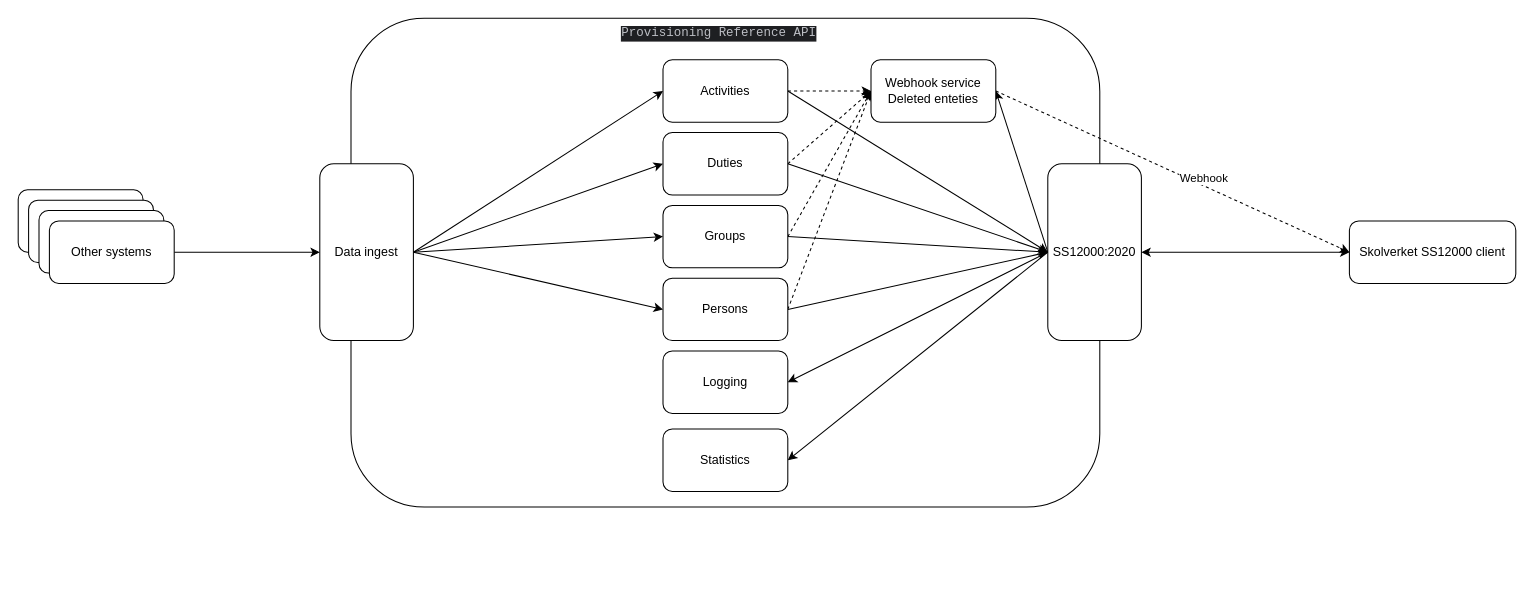
The draw.io diagram documentation/diagram.drawio in skolverket/dnp-ss12000-reference-api, before the edit. Source tidied: cells renumbered, new cells numbered last; positions are measured from the earlier drawing's top-left corner, leaving out a move shared by most shapes. Both pictures are drawn from the tidied source at 104%, with x=0, y=0 at pixel (18, 18).
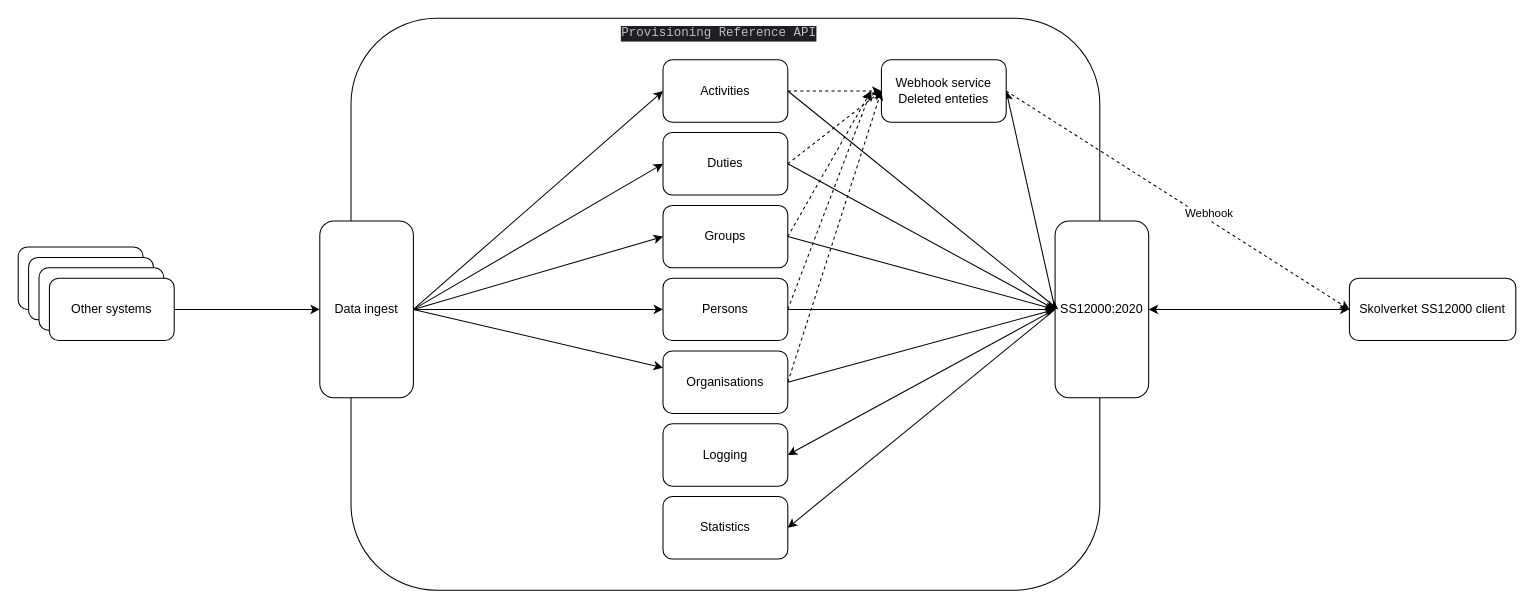
After the change.

Commit message (it also covers changes not shown here):
Updated documentation and Subscription model after meeting regarding SS 12000 interpretation. Now going by YAML schema and not provided example in SS 12000 standard.

Unchanged cells that the change refers to:
```xml
<mxCell id="13" value="Activities" style="rounded=1;whiteSpace=wrap;html=1;" parent="1" vertex="1">
  <mxGeometry x="620" y="40" width="120" height="60" as="geometry" />
</mxCell>
```

The edit, as a diff of the source:
```diff
@@
     <mxCell id="2" style="rounded=1;whiteSpace=wrap;html=1;fillColor=none;" parent="1" vertex="1">
-      <mxGeometry x="320" width="720" height="470" as="geometry" />
+      <mxGeometry x="320" width="720" height="550" as="geometry" />
     </mxCell>
@@
+    <mxCell id="37" style="rounded=0;jettySize=auto;html=1;exitX=1;exitY=0.5;exitDx=0;exitDy=0;" parent="1" edge="1" source="6" target="40">
+      <mxGeometry relative="1" as="geometry" />
+    </mxCell>
     <mxCell id="6" value="Data ingest" style="rounded=1;whiteSpace=wrap;html=1;" parent="1" vertex="1">
-      <mxGeometry x="290" y="140" width="90" height="170" as="geometry" />
+      <mxGeometry x="290" y="195" width="90" height="170" as="geometry" />
     </mxCell>
@@
     <mxCell id="10" value="SS12000:2020" style="rounded=1;whiteSpace=wrap;html=1;" parent="1" vertex="1">
-      <mxGeometry x="990" y="140" width="90" height="170" as="geometry" />
+      <mxGeometry x="997" y="195" width="90" height="170" as="geometry" />
     </mxCell>
     <mxCell id="11" style="edgeStyle=none;rounded=0;jettySize=auto;html=1;exitX=1;exitY=0.5;exitDx=0;exitDy=0;" parent="1" edge="1" source="13">
       <mxGeometry relative="1" as="geometry">
-        <mxPoint x="990" y="225" as="targetPoint" />
+        <mxPoint x="1000" y="280" as="targetPoint" />
       </mxGeometry>
     </mxCell>
@@
     <mxCell id="23" value="Logging" style="rounded=1;whiteSpace=wrap;html=1;" parent="1" vertex="1">
-      <mxGeometry x="620" y="320" width="120" height="60" as="geometry" />
+      <mxGeometry x="620" y="390" width="120" height="60" as="geometry" />
     </mxCell>
@@
     <mxCell id="26" value="Webhook service&lt;br&gt;Deleted enteties" style="rounded=1;whiteSpace=wrap;html=1;" parent="1" vertex="1">
-      <mxGeometry x="820" y="40" width="120" height="60" as="geometry" />
+      <mxGeometry x="830" y="40" width="120" height="60" as="geometry" />
     </mxCell>
@@
     <mxCell id="28" value="Statistics" style="rounded=1;whiteSpace=wrap;html=1;" parent="1" vertex="1">
-      <mxGeometry x="620" y="395" width="120" height="60" as="geometry" />
+      <mxGeometry x="620" y="460" width="120" height="60" as="geometry" />
     </mxCell>
@@
     <mxCell id="30" value="Skolverket SS12000 client" style="rounded=1;whiteSpace=wrap;html=1;" parent="1" vertex="1">
-      <mxGeometry x="1280" y="195" width="160" height="60" as="geometry" />
+      <mxGeometry x="1280" y="250" width="160" height="60" as="geometry" />
     </mxCell>
     <mxCell id="31" style="rounded=1;whiteSpace=wrap;html=1;" parent="1" vertex="1">
-      <mxGeometry y="165" width="120" height="60" as="geometry" />
+      <mxGeometry y="220" width="120" height="60" as="geometry" />
     </mxCell>
     <mxCell id="32" style="rounded=1;whiteSpace=wrap;html=1;" parent="1" vertex="1">
-      <mxGeometry x="10" y="175" width="120" height="60" as="geometry" />
+      <mxGeometry x="10" y="230" width="120" height="60" as="geometry" />
     </mxCell>
     <mxCell id="33" style="rounded=1;whiteSpace=wrap;html=1;" parent="1" vertex="1">
-      <mxGeometry x="20" y="185" width="120" height="60" as="geometry" />
+      <mxGeometry x="20" y="240" width="120" height="60" as="geometry" />
     </mxCell>
@@
     <mxCell id="35" value="Other systems" style="rounded=1;whiteSpace=wrap;html=1;" parent="1" vertex="1">
-      <mxGeometry x="30" y="195" width="120" height="60" as="geometry" />
+      <mxGeometry x="30" y="250" width="120" height="60" as="geometry" />
     </mxCell>
@@
+    <mxCell id="38" style="rounded=0;jettySize=auto;html=1;entryX=0;entryY=0.5;entryDx=0;entryDy=0;exitX=1;exitY=0.5;exitDx=0;exitDy=0;dashed=1;" parent="1" edge="1" source="40" target="26">
+      <mxGeometry relative="1" as="geometry" />
+    </mxCell>
+    <mxCell id="39" style="rounded=0;jettySize=auto;html=1;entryX=0;entryY=0.5;entryDx=0;entryDy=0;exitX=1;exitY=0.5;exitDx=0;exitDy=0;" parent="1" edge="1" source="40" target="10">
+      <mxGeometry relative="1" as="geometry" />
+    </mxCell>
+    <mxCell id="40" value="Organisations" style="rounded=1;whiteSpace=wrap;html=1;" parent="1" vertex="1">
+      <mxGeometry x="620" y="320" width="120" height="60" as="geometry" />
+    </mxCell>
```
